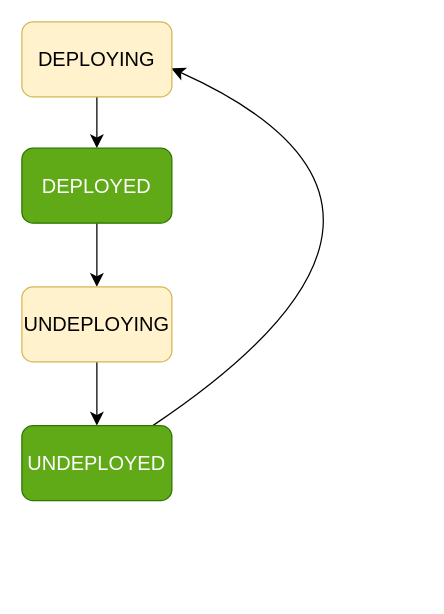
This is page "rApp Instance States" (3 of 5) of docs/drawio/rApp-manager.drawio from o-ran-sc/nonrtric-plt-rappmanager, a draw.io file, before an edit. Source tidied: cells renumbered, new cells numbered last; positions are measured from the earlier drawing's top-left corner, leaving out a move shared by most shapes. Both pictures are drawn from the tidied source at 125%, with x=0, y=0 at pixel (21, 21).
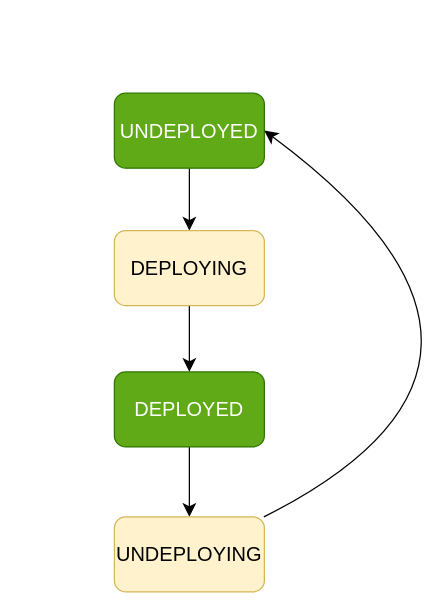
Above is the later version.

Diff of the diagram source:
```diff
@@
 <mxGraphModel>
   <root>
     <mxCell id="0" />
     <mxCell id="1" parent="0" />
     <mxCell id="2" style="edgeStyle=none;curved=1;rounded=0;jettySize=auto;html=1;fontSize=12;startSize=8;endSize=8;" parent="1" edge="1" source="3" target="9">
       <mxGeometry relative="1" as="geometry" />
     </mxCell>
     <mxCell id="3" value="DEPLOYED" style="rounded=1;whiteSpace=wrap;html=1;fontSize=16;fillColor=#60a917;strokeColor=#2D7600;fontColor=#ffffff;" parent="1" vertex="1">
-      <mxGeometry y="101" width="120" height="60" as="geometry" />
+      <mxGeometry x="74" y="280" width="120" height="60" as="geometry" />
     </mxCell>
-    <mxCell id="4" style="edgeStyle=none;curved=1;rounded=0;jettySize=auto;html=1;entryX=0.997;entryY=0.62;entryDx=0;entryDy=0;entryPerimeter=0;fontSize=12;startSize=8;endSize=8;" parent="1" edge="1" source="5" target="7">
-      <mxGeometry relative="1" as="geometry">
-        <Array as="points">
-          <mxPoint x="366" y="148" />
-        </Array>
-      </mxGeometry>
+    <mxCell id="4" style="edgeStyle=none;curved=1;rounded=0;jettySize=auto;html=1;fontSize=12;startSize=8;endSize=8;" parent="1" edge="1" source="5" target="7">
+      <mxGeometry relative="1" as="geometry" />
     </mxCell>
     <mxCell id="5" value="UNDEPLOYED" style="rounded=1;whiteSpace=wrap;html=1;fontSize=16;fillColor=#60a917;strokeColor=#2D7600;fontColor=#ffffff;" parent="1" vertex="1">
-      <mxGeometry y="323" width="120" height="60" as="geometry" />
+      <mxGeometry x="74" y="57" width="120" height="60" as="geometry" />
     </mxCell>
     <mxCell id="6" style="edgeStyle=none;curved=1;rounded=0;jettySize=auto;html=1;fontSize=12;startSize=8;endSize=8;" parent="1" edge="1" source="7" target="3">
       <mxGeometry relative="1" as="geometry" />
     </mxCell>
     <mxCell id="7" value="DEPLOYING" style="rounded=1;whiteSpace=wrap;html=1;fontSize=16;fillColor=#fff2cc;strokeColor=#d6b656;" parent="1" vertex="1">
-      <mxGeometry width="120" height="60" as="geometry" />
+      <mxGeometry x="74" y="167" width="120" height="60" as="geometry" />
     </mxCell>
-    <mxCell id="8" style="edgeStyle=none;curved=1;rounded=0;jettySize=auto;html=1;entryX=0.5;entryY=0;entryDx=0;entryDy=0;fontSize=12;startSize=8;endSize=8;" parent="1" edge="1" source="9" target="5">
-      <mxGeometry relative="1" as="geometry" />
+    <mxCell id="8" style="edgeStyle=none;curved=1;rounded=0;jettySize=auto;html=1;entryX=1;entryY=0.5;entryDx=0;entryDy=0;fontSize=12;startSize=8;endSize=8;" parent="1" edge="1" source="9" target="5">
+      <mxGeometry relative="1" as="geometry">
+        <Array as="points">
+          <mxPoint x="442" y="271" />
+        </Array>
+      </mxGeometry>
     </mxCell>
     <mxCell id="9" value="UNDEPLOYING" style="rounded=1;whiteSpace=wrap;html=1;fontSize=16;fillColor=#fff2cc;strokeColor=#d6b656;" parent="1" vertex="1">
-      <mxGeometry y="212" width="120" height="60" as="geometry" />
+      <mxGeometry x="74" y="396" width="120" height="60" as="geometry" />
     </mxCell>
   </root>
 </mxGraphModel>
```
